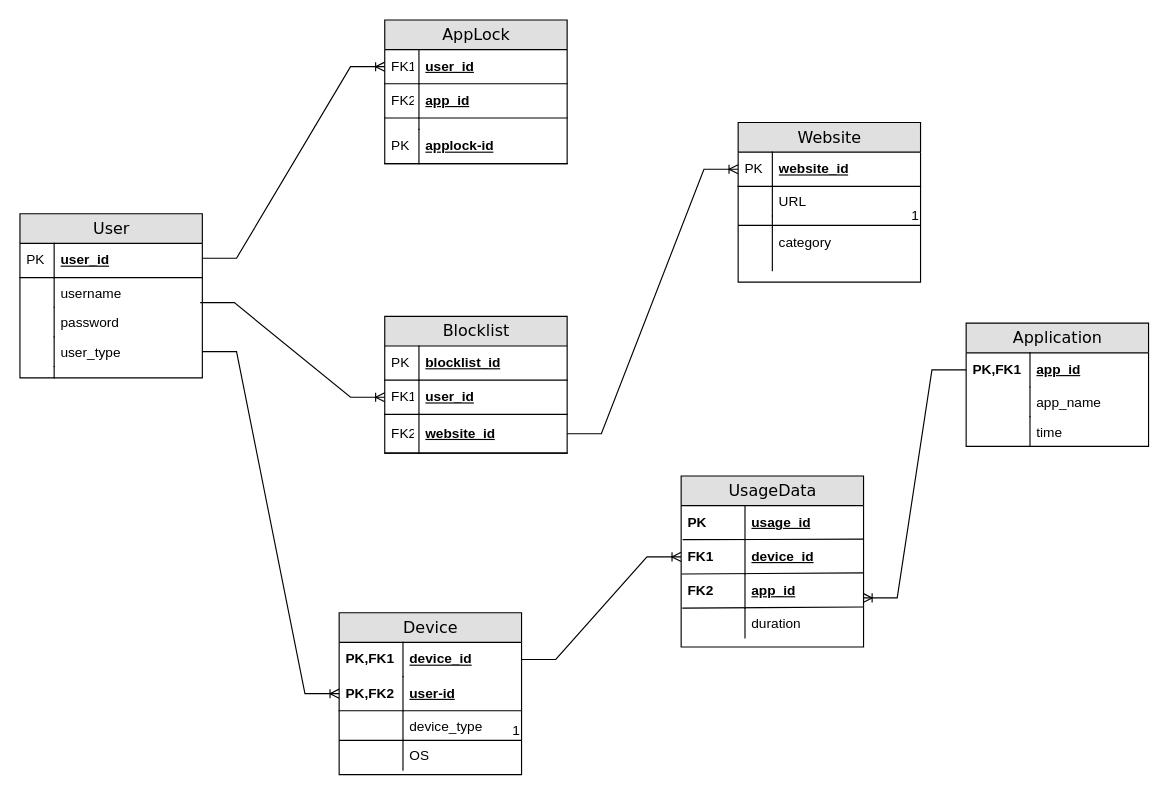
Above: Untitled Diagram.drawio in Inco9nit0/Parental-Lock-System-Project-FYP- (draw.io), before the change. Source tidied: cells renumbered, new cells numbered last; positions are measured from the earlier drawing's top-left corner, leaving out a move shared by most shapes. Both pictures are drawn from the tidied source at 114%, with x=0, y=0 at pixel (19, 19).
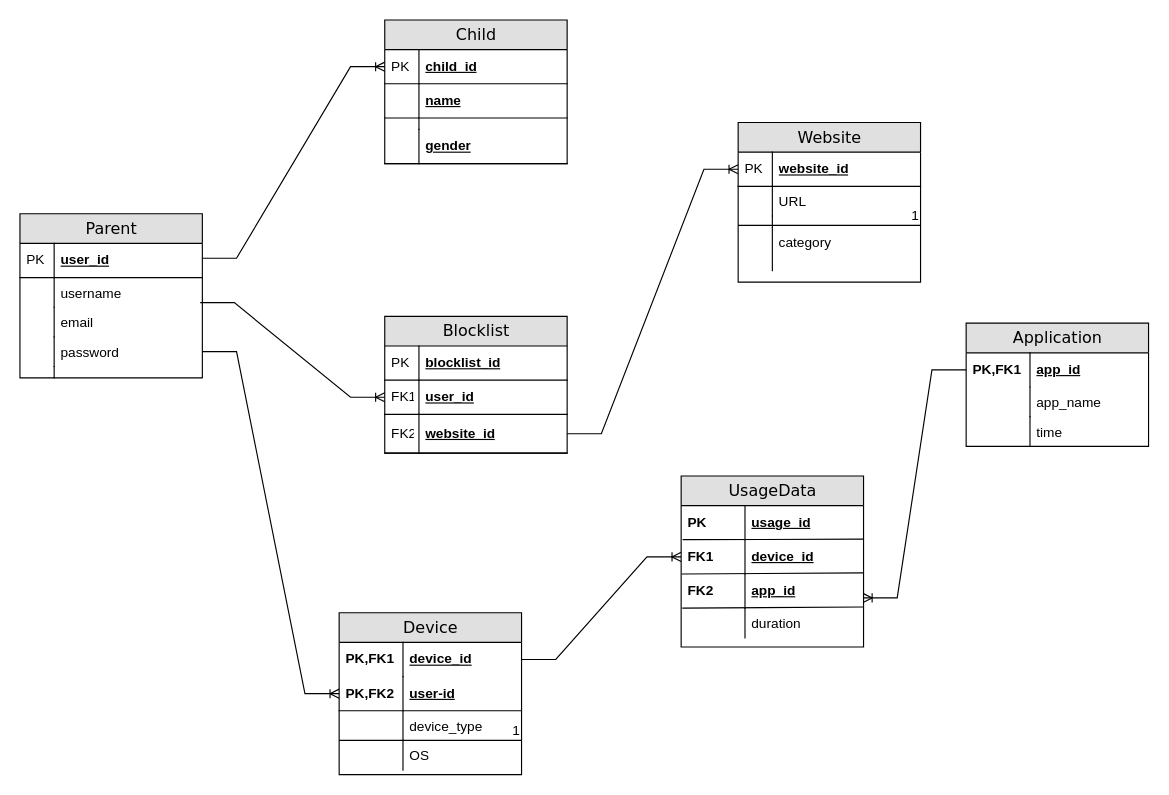
The same page after the edit.

Diff of the diagram source:
```diff
@@
-    <mxCell id="20" value="AppLock" style="swimlane;html=1;fontStyle=0;horizontal=1;startSize=26;fillColor=#e0e0e0;swimlaneFillColor=#ffffff;align=center;rounded=0;shadow=0;comic=0;labelBackgroundColor=none;strokeWidth=1;fontFamily=Verdana;fontSize=14;" parent="1" vertex="1">
+    <mxCell id="20" value="Child" style="swimlane;html=1;fontStyle=0;horizontal=1;startSize=26;fillColor=#e0e0e0;swimlaneFillColor=#ffffff;align=center;rounded=0;shadow=0;comic=0;labelBackgroundColor=none;strokeWidth=1;fontFamily=Verdana;fontSize=14;" parent="1" vertex="1">
       <mxGeometry x="320" width="160" height="126" as="geometry" />
     </mxCell>
-    <mxCell id="21" value="user_id" style="shape=partialRectangle;top=0;left=0;right=0;bottom=1;html=1;align=left;verticalAlign=middle;fillColor=none;spacingLeft=34;spacingRight=4;whiteSpace=wrap;overflow=hidden;points=[[0,0.5],[1,0.5]];portConstraint=eastwest;fontStyle=5;" parent="20" vertex="1">
+    <mxCell id="21" value="child_id" style="shape=partialRectangle;top=0;left=0;right=0;bottom=1;html=1;align=left;verticalAlign=middle;fillColor=none;spacingLeft=34;spacingRight=4;whiteSpace=wrap;overflow=hidden;points=[[0,0.5],[1,0.5]];portConstraint=eastwest;fontStyle=5;" parent="20" vertex="1">
       <mxGeometry y="26" width="160" height="30" as="geometry" />
     </mxCell>
-    <mxCell id="22" value="FK1" style="shape=partialRectangle;top=0;left=0;bottom=0;html=1;fillColor=none;align=left;verticalAlign=middle;spacingLeft=4;spacingRight=4;whiteSpace=wrap;overflow=hidden;" parent="21" vertex="1">
+    <mxCell id="22" value="PK" style="shape=partialRectangle;top=0;left=0;bottom=0;html=1;fillColor=none;align=left;verticalAlign=middle;spacingLeft=4;spacingRight=4;whiteSpace=wrap;overflow=hidden;" parent="21" vertex="1">
       <mxGeometry width="30" height="30" as="geometry" />
     </mxCell>
-    <mxCell id="23" value="app_id" style="shape=partialRectangle;top=0;left=0;right=0;bottom=1;html=1;align=left;verticalAlign=middle;fillColor=none;spacingLeft=34;spacingRight=4;whiteSpace=wrap;overflow=hidden;fontStyle=5;" parent="20" vertex="1">
+    <mxCell id="23" value="name" style="shape=partialRectangle;top=0;left=0;right=0;bottom=1;html=1;align=left;verticalAlign=middle;fillColor=none;spacingLeft=34;spacingRight=4;whiteSpace=wrap;overflow=hidden;fontStyle=5;" parent="20" vertex="1">
       <mxGeometry y="56" width="160" height="30" as="geometry" />
     </mxCell>
-    <mxCell id="24" value="FK2" style="shape=partialRectangle;top=0;left=0;bottom=0;html=1;fillColor=none;align=left;verticalAlign=middle;spacingLeft=4;spacingRight=4;whiteSpace=wrap;overflow=hidden;" parent="23" vertex="1">
+    <mxCell id="24" style="shape=partialRectangle;top=0;left=0;bottom=0;html=1;fillColor=none;align=left;verticalAlign=middle;spacingLeft=4;spacingRight=4;whiteSpace=wrap;overflow=hidden;" parent="23" vertex="1">
       <mxGeometry width="30" height="30" as="geometry" />
     </mxCell>
@@
-    <mxCell id="27" value="applock-id" style="shape=partialRectangle;top=0;left=0;right=0;bottom=1;html=1;align=left;verticalAlign=middle;fillColor=none;spacingLeft=34;spacingRight=4;whiteSpace=wrap;overflow=hidden;fontStyle=5;" parent="20" vertex="1">
+    <mxCell id="27" value="gender" style="shape=partialRectangle;top=0;left=0;right=0;bottom=1;html=1;align=left;verticalAlign=middle;fillColor=none;spacingLeft=34;spacingRight=4;whiteSpace=wrap;overflow=hidden;fontStyle=5;" parent="20" vertex="1">
       <mxGeometry y="96" width="160" height="30" as="geometry" />
     </mxCell>
-    <mxCell id="28" value="PK" style="shape=partialRectangle;top=0;left=0;bottom=0;html=1;fillColor=none;align=left;verticalAlign=middle;spacingLeft=4;spacingRight=4;whiteSpace=wrap;overflow=hidden;" parent="27" vertex="1">
+    <mxCell id="28" style="shape=partialRectangle;top=0;left=0;bottom=0;html=1;fillColor=none;align=left;verticalAlign=middle;spacingLeft=4;spacingRight=4;whiteSpace=wrap;overflow=hidden;" parent="27" vertex="1">
       <mxGeometry width="30" height="30" as="geometry" />
     </mxCell>
@@
-    <mxCell id="52" value="User" style="swimlane;html=1;fontStyle=0;horizontal=1;startSize=26;fillColor=#e0e0e0;swimlaneFillColor=#ffffff;align=center;rounded=0;shadow=0;comic=0;labelBackgroundColor=none;strokeWidth=1;fontFamily=Verdana;fontSize=14;" parent="1" vertex="1">
+    <mxCell id="52" value="Parent" style="swimlane;html=1;fontStyle=0;horizontal=1;startSize=26;fillColor=#e0e0e0;swimlaneFillColor=#ffffff;align=center;rounded=0;shadow=0;comic=0;labelBackgroundColor=none;strokeWidth=1;fontFamily=Verdana;fontSize=14;" parent="1" vertex="1">
       <mxGeometry y="170" width="160" height="144" as="geometry" />
     </mxCell>
@@
-    <mxCell id="57" value="password" style="shape=partialRectangle;top=0;left=0;right=0;bottom=0;html=1;align=left;verticalAlign=top;fillColor=none;spacingLeft=34;spacingRight=4;whiteSpace=wrap;overflow=hidden;points=[[0,0.5],[1,0.5]];portConstraint=eastwest;" parent="52" vertex="1">
+    <mxCell id="57" value="email" style="shape=partialRectangle;top=0;left=0;right=0;bottom=0;html=1;align=left;verticalAlign=top;fillColor=none;spacingLeft=34;spacingRight=4;whiteSpace=wrap;overflow=hidden;points=[[0,0.5],[1,0.5]];portConstraint=eastwest;" parent="52" vertex="1">
       <mxGeometry y="82" width="160" height="26" as="geometry" />
     </mxCell>
@@
-    <mxCell id="59" value="user_type" style="shape=partialRectangle;top=0;left=0;right=0;bottom=0;html=1;align=left;verticalAlign=top;fillColor=none;spacingLeft=34;spacingRight=4;whiteSpace=wrap;overflow=hidden;points=[[0,0.5],[1,0.5]];portConstraint=eastwest;" parent="52" vertex="1">
+    <mxCell id="59" value="password" style="shape=partialRectangle;top=0;left=0;right=0;bottom=0;html=1;align=left;verticalAlign=top;fillColor=none;spacingLeft=34;spacingRight=4;whiteSpace=wrap;overflow=hidden;points=[[0,0.5],[1,0.5]];portConstraint=eastwest;" parent="52" vertex="1">
       <mxGeometry y="108" width="160" height="26" as="geometry" />
     </mxCell>
```
